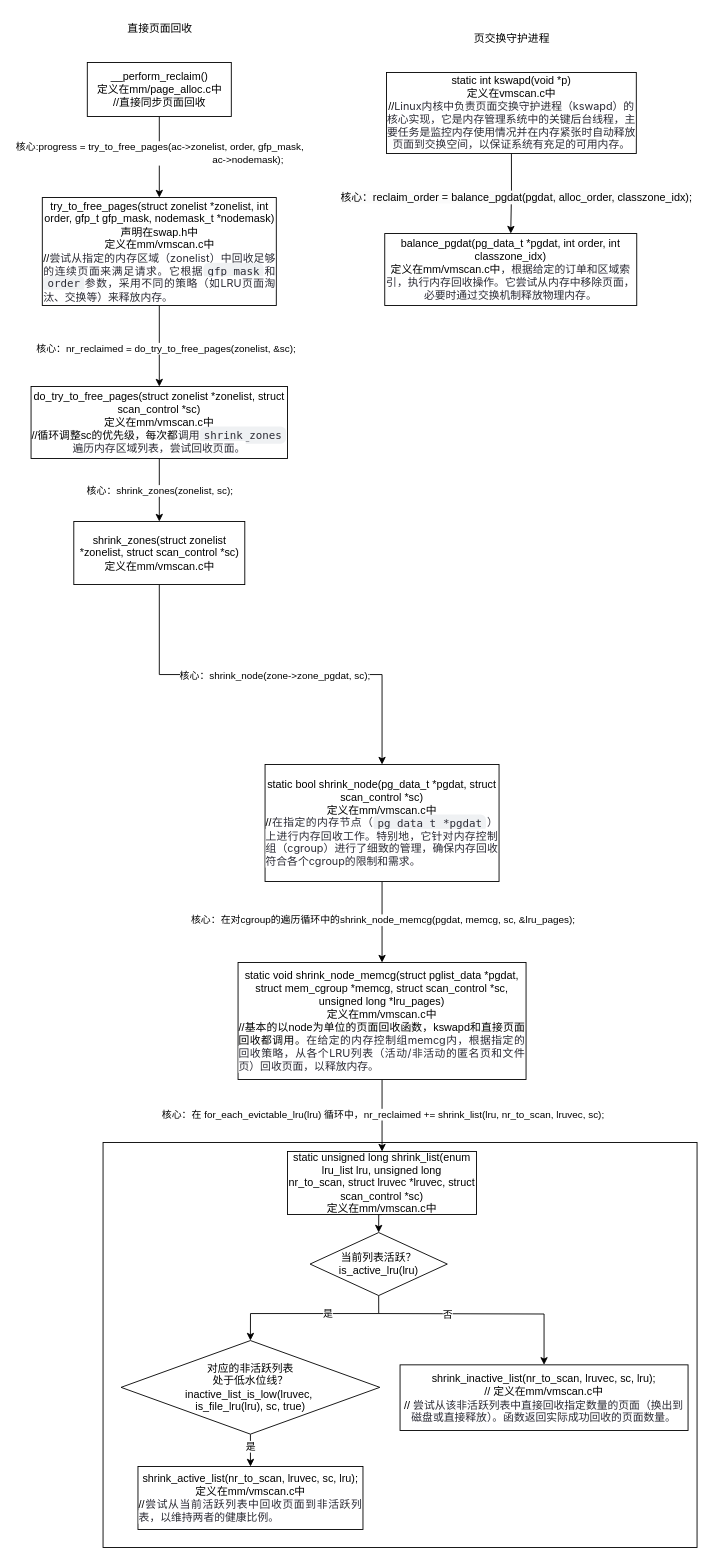
Above: 2024/Lab1.drawio in AAAdrift/AAAdrift.github.io (draw.io), before the change. Source tidied: cells renumbered, new cells numbered last; positions are measured from the earlier drawing's top-left corner, leaving out a move shared by most shapes. Both pictures are drawn from the tidied source at 90%, with x=0, y=0 at pixel (31, 15).
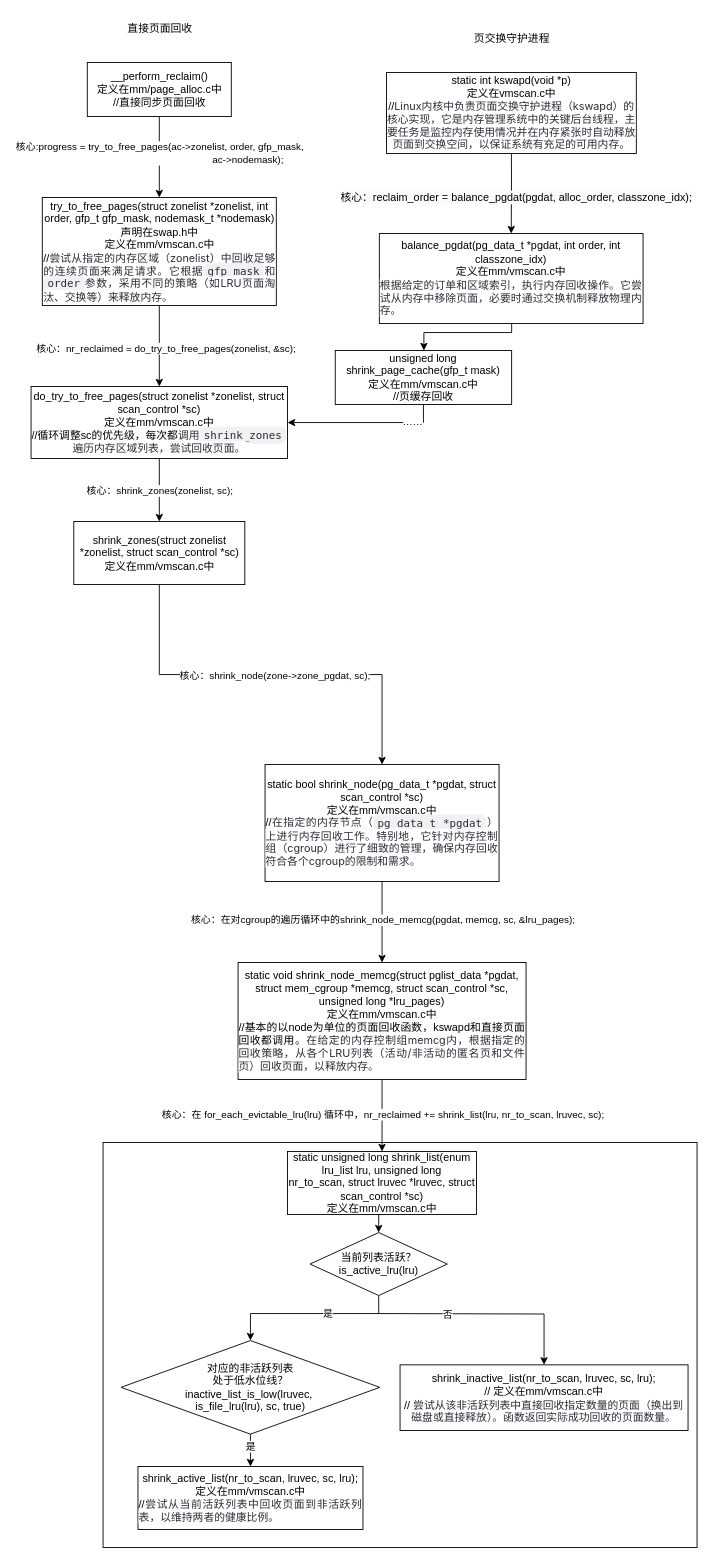
The same diagram, later.

Unchanged cells that the change refers to:
```xml
<mxCell id="11" value="&lt;div&gt;&lt;div&gt;do_try_to_free_pages(struct zonelist *zonelist,&lt;span style=&quot;background-color: initial;&quot;&gt;&amp;nbsp;struct scan_control *sc)&lt;/span&gt;&lt;/div&gt;&lt;/div&gt;&lt;div&gt;定义在mm/vmscan.c中&lt;/div&gt;&lt;div&gt;//循环调整sc的优先级，每次都&lt;span style=&quot;background-color: rgb(255, 255, 255); color: rgb(44, 44, 54); font-family: -apple-system, BlinkMacSystemFont, &amp;quot;Segoe UI&amp;quot;, &amp;quot;Noto Sans&amp;quot;, Helvetica, Arial, sans-serif, &amp;quot;Apple Color Emoji&amp;quot;, &amp;quot;Segoe UI Emoji&amp;quot;; text-align: left;&quot;&gt;调用&lt;/span&gt;&lt;code style=&quot;color: rgb(44, 44, 54); text-align: left; white-space-collapse: break-spaces; box-sizing: border-box; --un-rotate: 0; --un-rotate-x: 0; --un-rotate-y: 0; --un-rotate-z: 0; --un-scale-x: 1; --un-scale-y: 1; --un-scale-z: 1; --un-skew-x: 0; --un-skew-y: 0; --un-translate-x: 0; --un-translate-y: 0; --un-translate-z: 0; --un-pan-x: ; --un-pan-y: ; --un-pinch-zoom: ; --un-scroll-snap-strictness: proximity; --un-ordinal: ; --un-slashed-zero: ; --un-numeric-figure: ; --un-numeric-spacing: ; --un-numeric-fraction: ; --un-border-spacing-x: 0; --un-border-spacing-y: 0; --un-ring-offset-shadow: 0 0 transparent; --un-ring-shadow: 0 0 transparent; --un-shadow-inset: ; --un-shadow: 0 0 transparent; --un-ring-inset: ; --un-ring-offset-width: 0px; --un-ring-offset-color: #fff; --un-ring-width: 0px; --un-ring-color: rgba(147,197,253,.5); --un-blur: ; --un-brightness: ; --un-contrast: ; --un-drop-shadow: ; --un-grayscale: ; --un-hue-rotate: ; --un-invert: ; --un-saturate: ; --un-sepia: ; --un-backdrop-blur: ; --un-backdrop-brightness: ; --un-backdrop-contrast: ; --un-backdrop-grayscale: ; --un-backdrop-hue-rotate: ; --un-backdrop-invert: ; --un-backdrop-opacity: ; --un-backdrop-saturate: ; --un-backdrop-sepia: ; font-family: ui-monospace, SFMono-Regular, &amp;quot;SF Mono&amp;quot;, Menlo, Consolas, &amp;quot;Liberation Mono&amp;quot;, monospace; background-color: rgba(175, 184, 193, 0.2); border-radius: 6px; margin: 0px; padding: 0.2em 0.4em;&quot;&gt;shrink_zones&lt;/code&gt;&lt;span style=&quot;background-color: rgb(255, 255, 255); color: rgb(44, 44, 54); font-family: -apple-system, BlinkMacSystemFont, &amp;quot;Segoe UI&amp;quot;, &amp;quot;Noto Sans&amp;quot;, Helvetica, Arial, sans-serif, &amp;quot;Apple Color Emoji&amp;quot;, &amp;quot;Segoe UI Emoji&amp;quot;; text-align: left;&quot;&gt;遍历内存区域列表，尝试回收页面。&lt;/span&gt;&lt;/div&gt;" style="rounded=0;whiteSpace=wrap;html=1;" parent="1" vertex="1">
  <mxGeometry y="412" width="285" height="80" as="geometry" />
</mxCell>
```

What changed in the source:
```diff
@@
+    <mxCell id="39" style="edgeStyle=orthogonalEdgeStyle;rounded=0;orthogonalLoop=1;jettySize=auto;html=1;exitX=0.5;exitY=1;exitDx=0;exitDy=0;entryX=0.5;entryY=0;entryDx=0;entryDy=0;" parent="1" edge="1">
+      <mxGeometry relative="1" as="geometry">
+        <mxPoint x="534" y="342" as="sourcePoint" />
+        <mxPoint x="436.5" y="372" as="targetPoint" />
+        <Array as="points">
+          <mxPoint x="534" y="352" />
+          <mxPoint x="436" y="352" />
+        </Array>
+      </mxGeometry>
+    </mxCell>
-    <mxCell id="20" value="balance_pgdat(pg_data_t *pgdat, int order, int classzone_idx)&lt;div&gt;定义在mm/vmscan.c中&lt;span style=&quot;background-color: rgb(255, 255, 255); color: rgb(44, 44, 54); font-family: -apple-system, BlinkMacSystemFont, &amp;quot;Segoe UI&amp;quot;, &amp;quot;Noto Sans&amp;quot;, Helvetica, Arial, sans-serif, &amp;quot;Apple Color Emoji&amp;quot;, &amp;quot;Segoe UI Emoji&amp;quot;; text-align: left;&quot;&gt;，根据给定的订单和区域索引，执行内存回收操作。它尝试从内存中移除页面，必要时通过交换机制释放物理内存。&lt;/span&gt;&lt;/div&gt;" style="rounded=0;whiteSpace=wrap;html=1;" parent="1" vertex="1">
-      <mxGeometry x="393" y="242" width="280" height="80" as="geometry" />
+    <mxCell id="20" value="balance_pgdat(pg_data_t *pgdat, int order, int classzone_idx)&lt;div&gt;定义在mm/vmscan.c中&lt;/div&gt;&lt;div style=&quot;text-align: justify;&quot;&gt;&lt;span style=&quot;background-color: rgb(255, 255, 255); color: rgb(44, 44, 54); font-family: -apple-system, BlinkMacSystemFont, &amp;quot;Segoe UI&amp;quot;, &amp;quot;Noto Sans&amp;quot;, Helvetica, Arial, sans-serif, &amp;quot;Apple Color Emoji&amp;quot;, &amp;quot;Segoe UI Emoji&amp;quot;; text-align: left;&quot;&gt;根据给定的订单和区域索引，执行内存回收操作。它尝试从内存中移除页面，必要时通过交换机制释放物理内存。&lt;/span&gt;&lt;/div&gt;" style="rounded=0;whiteSpace=wrap;html=1;" parent="1" vertex="1">
+      <mxGeometry x="387" y="242" width="293" height="100" as="geometry" />
     </mxCell>
@@
+    <mxCell id="40" style="edgeStyle=orthogonalEdgeStyle;rounded=0;jettySize=auto;html=1;exitX=0.5;exitY=1;exitDx=0;exitDy=0;entryX=1;entryY=0.5;entryDx=0;entryDy=0;" parent="1" edge="1" source="42" target="11">
+      <mxGeometry relative="1" as="geometry" />
+    </mxCell>
+    <mxCell id="41" value="······" style="edgeLabel;html=1;align=center;verticalAlign=middle;" parent="40" vertex="1">
+      <mxGeometry x="-0.61" relative="1" as="geometry" />
+    </mxCell>
+    <mxCell id="42" value="unsigned long shrink_page_cache(gfp_t mask)&lt;div&gt;定义在mm/vmscan.c中&lt;/div&gt;&lt;div&gt;//页缓存回收&lt;/div&gt;" style="rounded=0;whiteSpace=wrap;html=1;" parent="1" vertex="1">
+      <mxGeometry x="338" y="372" width="196" height="60" as="geometry" />
+    </mxCell>
```
